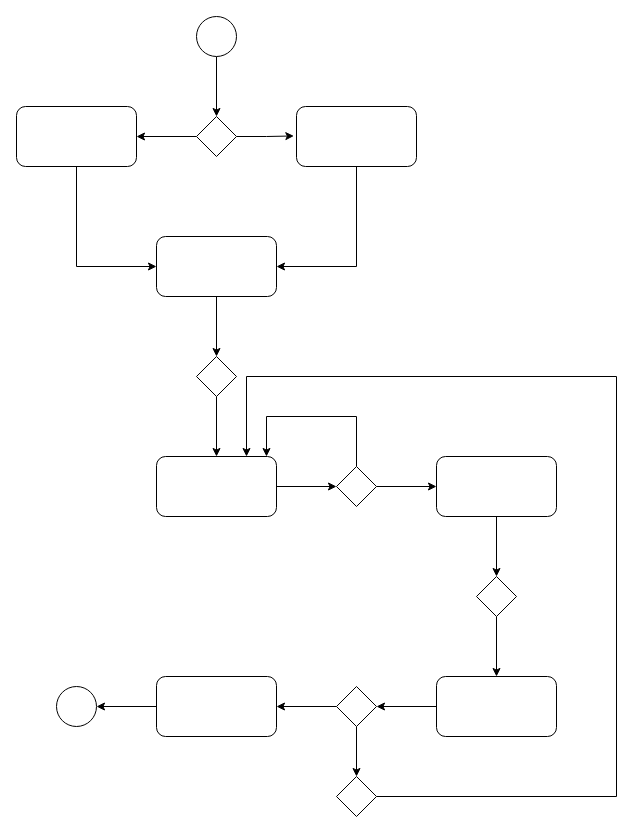
Above: processes/processTesting.drawio in dmr4eg/wikiTesting (draw.io), before the change. Source tidied: cells renumbered, new cells numbered last; positions are measured from the earlier drawing's top-left corner, leaving out a move shared by most shapes. Both pictures are drawn from the tidied source at 100%, with x=0, y=0 at pixel (16, 16).
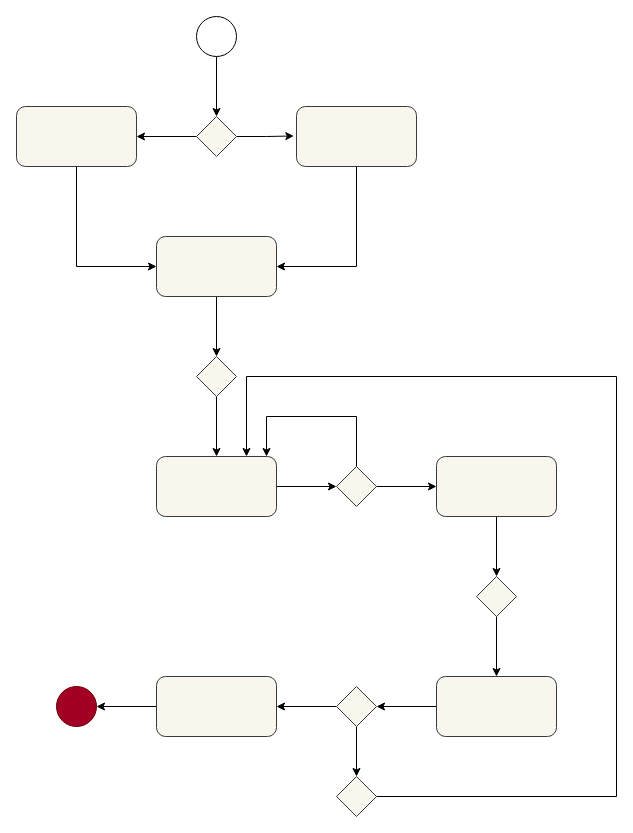
The same page after the edit.

What changed in the source:
```diff
@@
-    <mxCell id="4" style="rhombus;whiteSpace=wrap;html=1;" parent="1" vertex="1">
+    <mxCell id="4" style="rhombus;whiteSpace=wrap;html=1;fillColor=#f9f7ed;strokeColor=#36393d;" parent="1" vertex="1">
       <mxGeometry x="180" y="100" width="40" height="40" as="geometry" />
     </mxCell>
@@
-    <mxCell id="8" style="rounded=1;whiteSpace=wrap;html=1;" parent="1" vertex="1">
+    <mxCell id="8" style="rounded=1;whiteSpace=wrap;html=1;fillColor=#f9f7ed;strokeColor=#36393d;" parent="1" vertex="1">
       <mxGeometry x="280" y="90" width="120" height="60" as="geometry" />
     </mxCell>
@@
-    <mxCell id="10" style="rounded=1;whiteSpace=wrap;html=1;" parent="1" vertex="1">
+    <mxCell id="10" style="rounded=1;whiteSpace=wrap;html=1;fillColor=#f9f7ed;strokeColor=#36393d;" parent="1" vertex="1">
       <mxGeometry y="90" width="120" height="60" as="geometry" />
     </mxCell>
@@
-    <mxCell id="12" style="rounded=1;whiteSpace=wrap;html=1;" parent="1" vertex="1">
+    <mxCell id="12" style="rounded=1;whiteSpace=wrap;html=1;fillColor=#f9f7ed;strokeColor=#36393d;" parent="1" vertex="1">
       <mxGeometry x="140" y="220" width="120" height="60" as="geometry" />
     </mxCell>
@@
-    <mxCell id="14" style="rhombus;whiteSpace=wrap;html=1;" parent="1" vertex="1">
+    <mxCell id="14" style="rhombus;whiteSpace=wrap;html=1;fillColor=#f9f7ed;strokeColor=#36393d;" parent="1" vertex="1">
       <mxGeometry x="180" y="340" width="40" height="40" as="geometry" />
     </mxCell>
@@
-    <mxCell id="16" style="rounded=1;whiteSpace=wrap;html=1;" parent="1" vertex="1">
+    <mxCell id="16" style="rounded=1;whiteSpace=wrap;html=1;fillColor=#f9f7ed;strokeColor=#36393d;" parent="1" vertex="1">
       <mxGeometry x="140" y="440" width="120" height="60" as="geometry" />
     </mxCell>
     <mxCell id="17" style="edgeStyle=orthogonalEdgeStyle;rounded=0;jettySize=auto;html=1;" parent="1" edge="1" source="19">
       <mxGeometry relative="1" as="geometry">
         <mxPoint x="250" y="440" as="targetPoint" />
         <Array as="points">
           <mxPoint x="340" y="400" />
           <mxPoint x="250" y="400" />
-          <mxPoint x="250" y="439" />
         </Array>
       </mxGeometry>
     </mxCell>
@@
-    <mxCell id="19" style="rhombus;whiteSpace=wrap;html=1;" parent="1" vertex="1">
+    <mxCell id="19" style="rhombus;whiteSpace=wrap;html=1;fillColor=#f9f7ed;strokeColor=#36393d;" parent="1" vertex="1">
       <mxGeometry x="320" y="450" width="40" height="40" as="geometry" />
     </mxCell>
@@
-    <mxCell id="21" style="rounded=1;whiteSpace=wrap;html=1;" parent="1" vertex="1">
+    <mxCell id="21" style="rounded=1;whiteSpace=wrap;html=1;fillColor=#f9f7ed;strokeColor=#36393d;" parent="1" vertex="1">
       <mxGeometry x="420" y="440" width="120" height="60" as="geometry" />
     </mxCell>
@@
-    <mxCell id="23" style="rhombus;whiteSpace=wrap;html=1;" parent="1" vertex="1">
+    <mxCell id="23" style="rhombus;whiteSpace=wrap;html=1;fillColor=#f9f7ed;strokeColor=#36393d;" parent="1" vertex="1">
       <mxGeometry x="460" y="560" width="40" height="40" as="geometry" />
     </mxCell>
@@
-    <mxCell id="25" style="rounded=1;whiteSpace=wrap;html=1;" parent="1" vertex="1">
+    <mxCell id="25" style="rounded=1;whiteSpace=wrap;html=1;fillColor=#f9f7ed;strokeColor=#36393d;" parent="1" vertex="1">
       <mxGeometry x="420" y="660" width="120" height="60" as="geometry" />
     </mxCell>
@@
-    <mxCell id="28" style="rhombus;whiteSpace=wrap;html=1;" parent="1" vertex="1">
+    <mxCell id="28" style="rhombus;whiteSpace=wrap;html=1;fillColor=#f9f7ed;strokeColor=#36393d;" parent="1" vertex="1">
       <mxGeometry x="320" y="670" width="40" height="40" as="geometry" />
     </mxCell>
@@
-    <mxCell id="30" style="rounded=1;whiteSpace=wrap;html=1;" parent="1" vertex="1">
+    <mxCell id="30" style="rounded=1;whiteSpace=wrap;html=1;fillColor=#f9f7ed;strokeColor=#36393d;" parent="1" vertex="1">
       <mxGeometry x="140" y="660" width="120" height="60" as="geometry" />
     </mxCell>
-    <mxCell id="31" style="ellipse;whiteSpace=wrap;html=1;" parent="1" vertex="1">
+    <mxCell id="31" style="ellipse;whiteSpace=wrap;html=1;fillColor=#a20025;fontColor=#ffffff;strokeColor=#6F0000;" parent="1" vertex="1">
       <mxGeometry x="40" y="670" width="40" height="40" as="geometry" />
     </mxCell>
@@
-    <mxCell id="33" style="rhombus;whiteSpace=wrap;html=1;" parent="1" vertex="1">
+    <mxCell id="33" style="rhombus;whiteSpace=wrap;html=1;fillColor=#f9f7ed;strokeColor=#36393d;" parent="1" vertex="1">
       <mxGeometry x="320" y="760" width="40" height="40" as="geometry" />
     </mxCell>
```
